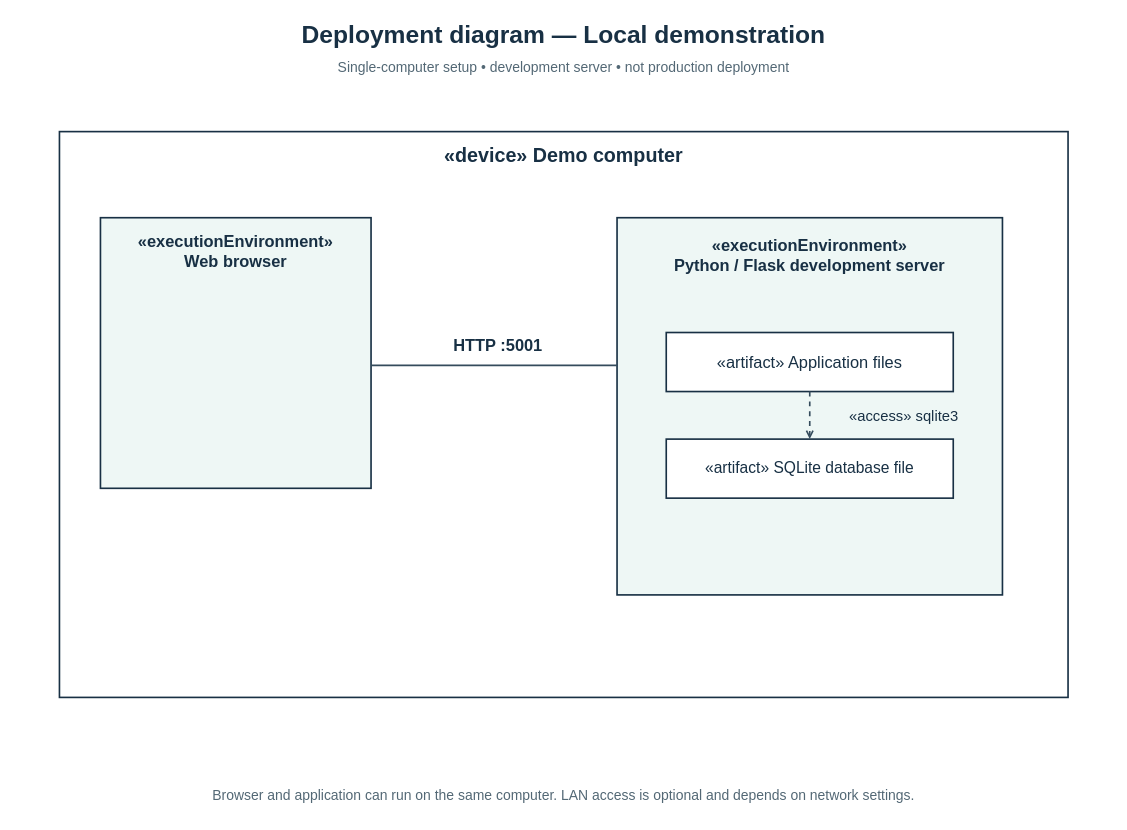
Before: shikayat-setu/report/diagrams/fig-deployment.drawio in Yashwant-git392/Yashwant-git392, a draw.io diagram. Source tidied: cells renumbered, new cells numbered last; positions are measured from the earlier drawing's top-left corner, leaving out a move shared by most shapes. Both pictures are drawn from the tidied source at 82%, with x=0, y=0 at pixel (14, 14).
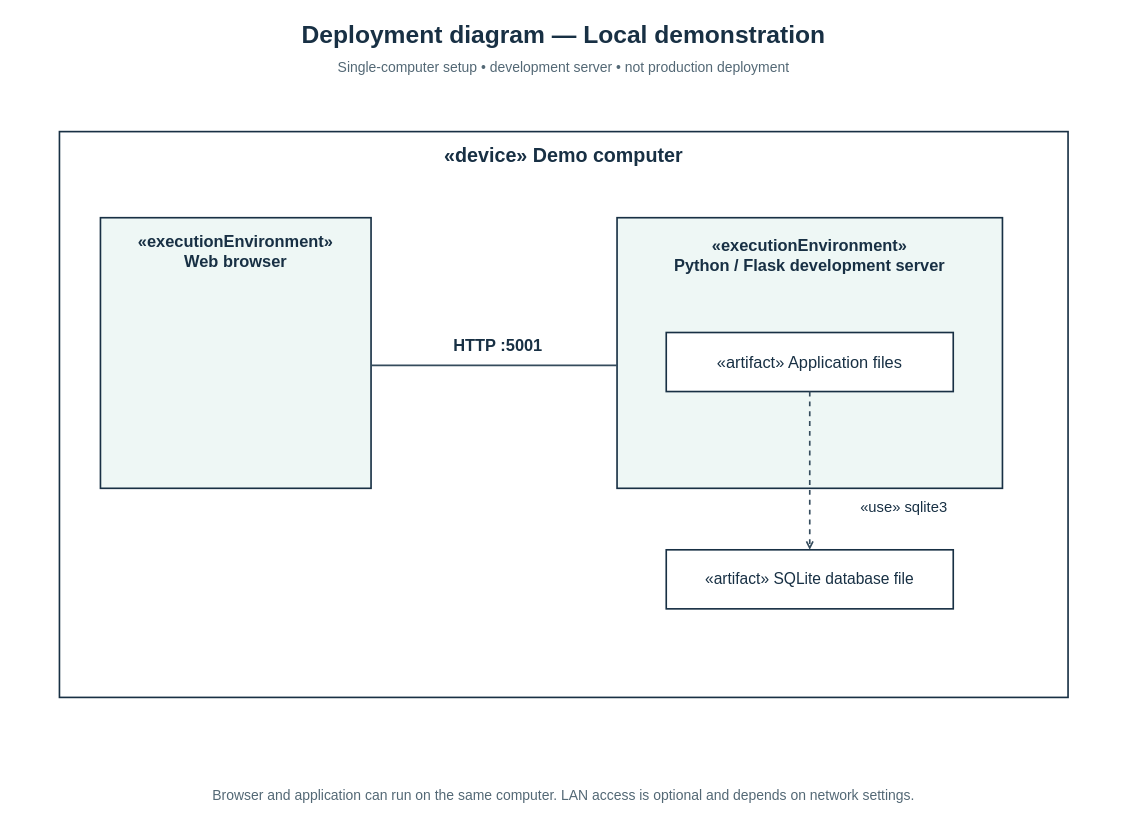
Above is the later version.

Diff of the diagram source:
```diff
@@
 <mxGraphModel>
   <root>
     <mxCell id="0" />
     <mxCell id="1" parent="0" />
     <mxCell id="2" value="Deployment diagram — Local demonstration" style="text;html=0;align=center;verticalAlign=middle;whiteSpace=wrap;strokeColor=none;fillColor=none;fontFamily=Arial;fontSize=30;fontColor=#183044;fontStyle=1;" parent="1" vertex="1">
       <mxGeometry width="1340" height="48" as="geometry" />
     </mxCell>
     <mxCell id="3" value="Single-computer setup • development server • not production deployment" style="text;html=0;align=center;verticalAlign=middle;whiteSpace=wrap;strokeColor=none;fillColor=none;fontFamily=Arial;fontSize=17;fontColor=#536875;fontStyle=0;" parent="1" vertex="1">
       <mxGeometry y="50" width="1340" height="32" as="geometry" />
     </mxCell>
     <mxCell id="4" style="rounded=0;whiteSpace=wrap;html=0;fillColor=white;strokeColor=#183044;strokeWidth=2;fontFamily=Arial;fontSize=20;fontColor=#183044;fontStyle=0;align=center;verticalAlign=middle;" parent="1" vertex="1">
       <mxGeometry x="55" y="143" width="1230" height="690" as="geometry" />
     </mxCell>
     <mxCell id="5" value="«device» Demo computer" style="text;html=0;align=center;verticalAlign=middle;whiteSpace=wrap;strokeColor=none;fillColor=none;fontFamily=Arial;fontSize=24;fontColor=#183044;fontStyle=1;" parent="1" vertex="1">
       <mxGeometry x="80" y="153" width="1180" height="40" as="geometry" />
     </mxCell>
     <mxCell id="6" style="rounded=0;whiteSpace=wrap;html=0;fillColor=#eef7f5;strokeColor=#183044;strokeWidth=2;fontFamily=Arial;fontSize=20;fontColor=#183044;fontStyle=0;align=center;verticalAlign=middle;" parent="1" vertex="1">
       <mxGeometry x="105" y="248" width="330" height="330" as="geometry" />
     </mxCell>
     <mxCell id="7" value="«executionEnvironment»&#10;Web browser" style="text;html=0;align=center;verticalAlign=middle;whiteSpace=wrap;strokeColor=none;fillColor=none;fontFamily=Arial;fontSize=20;fontColor=#183044;fontStyle=1;" parent="1" vertex="1">
       <mxGeometry x="115" y="263" width="310" height="50" as="geometry" />
     </mxCell>
     <mxCell id="8" style="rounded=0;whiteSpace=wrap;html=0;fillColor=#eef7f5;strokeColor=#183044;strokeWidth=2;fontFamily=Arial;fontSize=20;fontColor=#183044;fontStyle=0;align=center;verticalAlign=middle;" parent="1" vertex="1">
-      <mxGeometry x="735" y="248" width="470" height="460" as="geometry" />
+      <mxGeometry x="735" y="248" width="470" height="330" as="geometry" />
     </mxCell>
     <mxCell id="9" value="«executionEnvironment»&#10;Python / Flask development server" style="text;html=0;align=center;verticalAlign=middle;whiteSpace=wrap;strokeColor=none;fillColor=none;fontFamily=Arial;fontSize=20;fontColor=#183044;fontStyle=1;" parent="1" vertex="1">
       <mxGeometry x="745" y="263" width="450" height="60" as="geometry" />
     </mxCell>
     <mxCell id="10" value="«artifact» Application files" style="rounded=0;whiteSpace=wrap;html=0;fillColor=white;strokeColor=#183044;strokeWidth=2;fontFamily=Arial;fontSize=20;fontColor=#183044;fontStyle=0;align=center;verticalAlign=middle;" parent="1" vertex="1">
       <mxGeometry x="795" y="388" width="350" height="72" as="geometry" />
     </mxCell>
     <mxCell id="11" value="«artifact» SQLite database file" style="rounded=0;whiteSpace=wrap;html=0;fillColor=white;strokeColor=#183044;strokeWidth=2;fontFamily=Arial;fontSize=19;fontColor=#183044;fontStyle=0;align=center;verticalAlign=middle;" parent="1" vertex="1">
-      <mxGeometry x="795" y="518" width="350" height="72" as="geometry" />
+      <mxGeometry x="795" y="653" width="350" height="72" as="geometry" />
     </mxCell>
     <mxCell id="12" style="edgeStyle=none;rounded=0;strokeColor=#344b5c;strokeWidth=2;endArrow=none;endFill=0;dashed=0;" parent="1" edge="1">
       <mxGeometry relative="1" as="geometry">
         <mxPoint x="435" y="428" as="sourcePoint" />
         <mxPoint x="735" y="428" as="targetPoint" />
       </mxGeometry>
     </mxCell>
     <mxCell id="13" value="HTTP :5001" style="text;html=0;align=center;verticalAlign=middle;whiteSpace=wrap;strokeColor=none;fillColor=none;fontFamily=Arial;fontSize=20;fontColor=#183044;fontStyle=1;" parent="1" vertex="1">
       <mxGeometry x="480" y="388" width="220" height="30" as="geometry" />
     </mxCell>
     <mxCell id="14" style="edgeStyle=none;rounded=0;strokeColor=#344b5c;strokeWidth=2;endArrow=open;endFill=0;dashed=1;" parent="1" edge="1">
       <mxGeometry relative="1" as="geometry">
         <mxPoint x="970" y="460" as="sourcePoint" />
-        <mxPoint x="970" y="518" as="targetPoint" />
+        <mxPoint x="970" y="653" as="targetPoint" />
       </mxGeometry>
     </mxCell>
-    <mxCell id="15" value="«access» sqlite3" style="text;html=0;align=center;verticalAlign=middle;whiteSpace=wrap;strokeColor=none;fillColor=none;fontFamily=Arial;fontSize=18;fontColor=#183044;fontStyle=0;" parent="1" vertex="1">
-      <mxGeometry x="990" y="473" width="190" height="35" as="geometry" />
+    <mxCell id="15" value="«use» sqlite3" style="text;html=0;align=center;verticalAlign=middle;whiteSpace=wrap;strokeColor=none;fillColor=none;fontFamily=Arial;fontSize=18;fontColor=#183044;fontStyle=0;" parent="1" vertex="1">
+      <mxGeometry x="990" y="583" width="190" height="35" as="geometry" />
     </mxCell>
     <mxCell id="16" value="Browser and application can run on the same computer. LAN access is optional and depends on network settings." style="text;html=0;align=center;verticalAlign=middle;whiteSpace=wrap;strokeColor=none;fillColor=none;fontFamily=Arial;fontSize=17;fontColor=#536875;fontStyle=0;" parent="1" vertex="1">
       <mxGeometry x="5" y="928" width="1330" height="50" as="geometry" />
     </mxCell>
   </root>
 </mxGraphModel>
```
